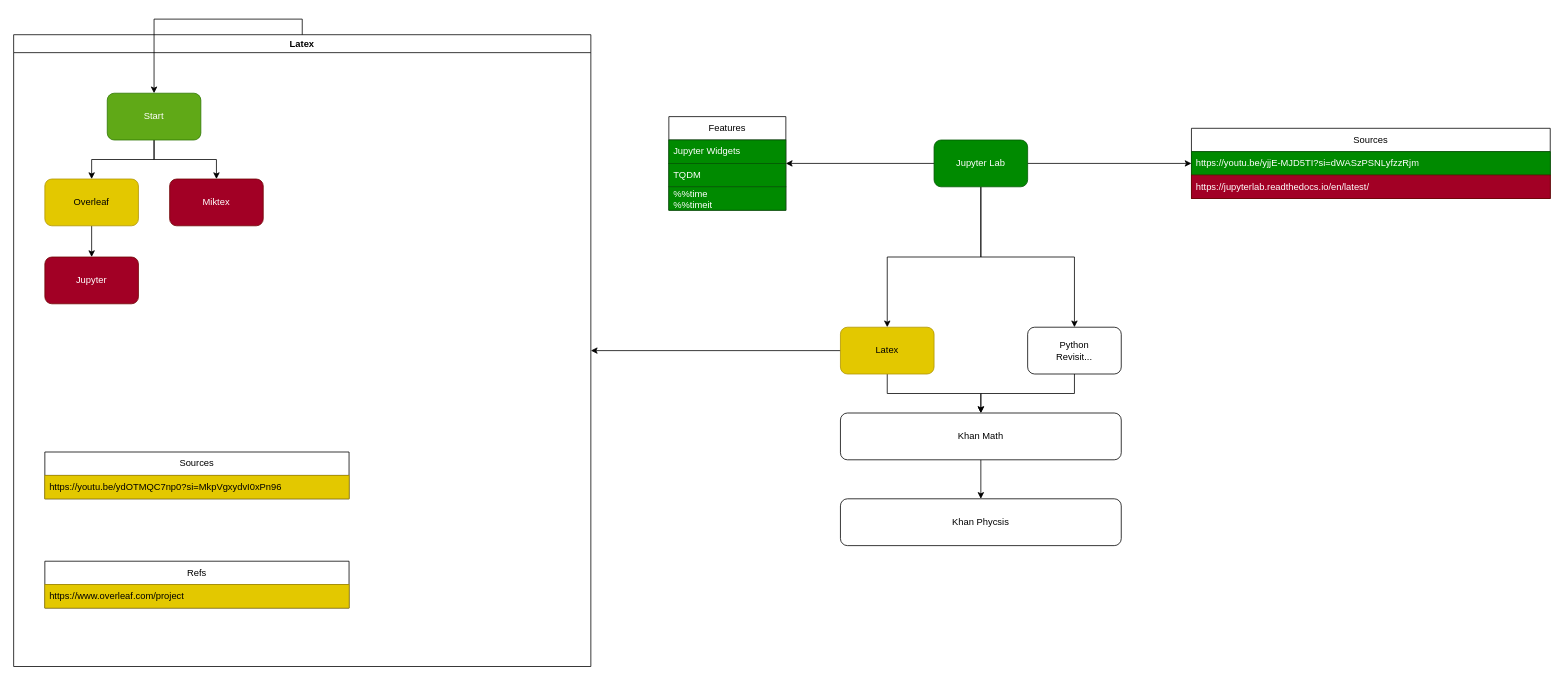
Above: page "to-do" (2 of 2) of roadmap.drawio in Mini-Pingu/math_physics (draw.io), before the change. Source tidied: cells renumbered, new cells numbered last; positions are measured from the earlier drawing's top-left corner, leaving out a move shared by most shapes. Both pictures are drawn from the tidied source at 78%, with x=0, y=0 at pixel (13, 34).
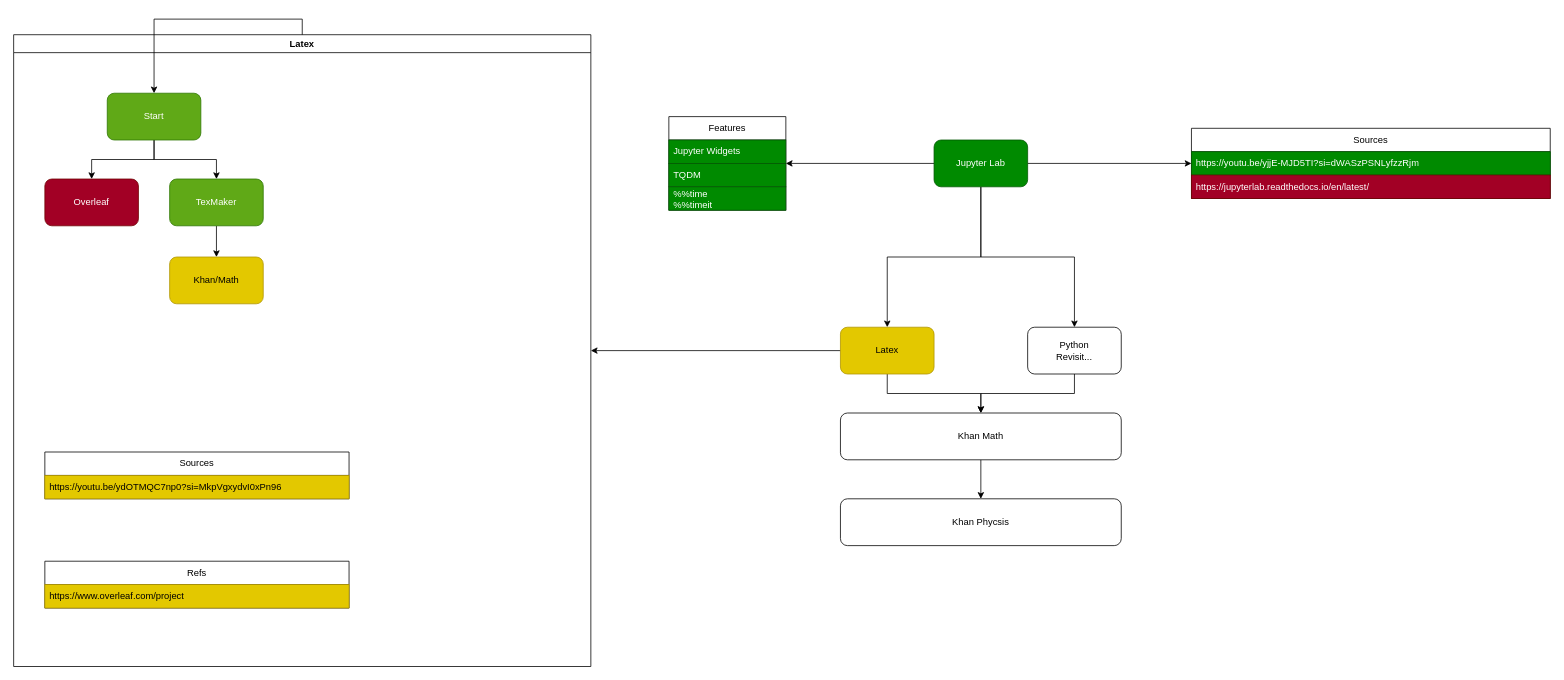
The same diagram, later.

The change refers to these unchanged cells:
```xml
<mxCell id="22" value="Latex" style="swimlane;whiteSpace=wrap;html=1;" parent="1" vertex="1">
  <mxGeometry width="740" height="810" as="geometry" />
</mxCell>
```

Change to the diagram source:
```diff
@@
-    <mxCell id="27" style="edgeStyle=orthogonalEdgeStyle;rounded=0;jettySize=auto;html=1;" parent="22" edge="1" source="28" target="29">
-      <mxGeometry relative="1" as="geometry" />
-    </mxCell>
-    <mxCell id="28" value="Overleaf" style="rounded=1;whiteSpace=wrap;html=1;fillColor=#e3c800;fontColor=#000000;strokeColor=#B09500;" parent="22" vertex="1">
+    <mxCell id="28" value="Overleaf" style="rounded=1;whiteSpace=wrap;html=1;fillColor=#a20025;fontColor=#ffffff;strokeColor=#6F0000;" parent="22" vertex="1">
       <mxGeometry x="40" y="185" width="120" height="60" as="geometry" />
     </mxCell>
-    <mxCell id="29" value="Jupyter" style="rounded=1;whiteSpace=wrap;html=1;fillColor=#a20025;fontColor=#ffffff;strokeColor=#6F0000;" parent="22" vertex="1">
-      <mxGeometry x="40" y="285" width="120" height="60" as="geometry" />
+    <mxCell id="29" value="Kh&lt;span style=&quot;background-color: initial;&quot;&gt;an/Math&lt;/span&gt;" style="rounded=1;whiteSpace=wrap;html=1;fillColor=#e3c800;fontColor=#000000;strokeColor=#B09500;" parent="22" vertex="1">
+      <mxGeometry x="200" y="285" width="120" height="60" as="geometry" />
     </mxCell>
+    <mxCell id="35" style="edgeStyle=orthogonalEdgeStyle;rounded=0;jettySize=auto;html=1;" parent="22" edge="1" source="30" target="29">
+      <mxGeometry relative="1" as="geometry" />
+    </mxCell>
-    <mxCell id="30" value="Miktex" style="rounded=1;whiteSpace=wrap;html=1;fillColor=#a20025;fontColor=#ffffff;strokeColor=#6F0000;" parent="22" vertex="1">
+    <mxCell id="30" value="TexMaker" style="rounded=1;whiteSpace=wrap;html=1;fillColor=#60a917;fontColor=#ffffff;strokeColor=#2D7600;" parent="22" vertex="1">
       <mxGeometry x="200" y="185" width="120" height="60" as="geometry" />
     </mxCell>
```
